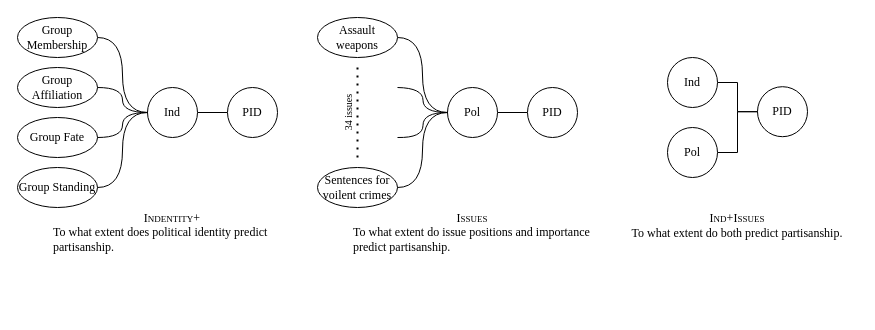
Before: Issue_Identity_JQD.drawio in changgge/changgge, a draw.io diagram. Source tidied: cells renumbered, new cells numbered last; positions are measured from the earlier drawing's top-left corner, leaving out a move shared by most shapes. Both pictures are drawn from the tidied source at 100%, with x=0, y=0 at pixel (17, 17).
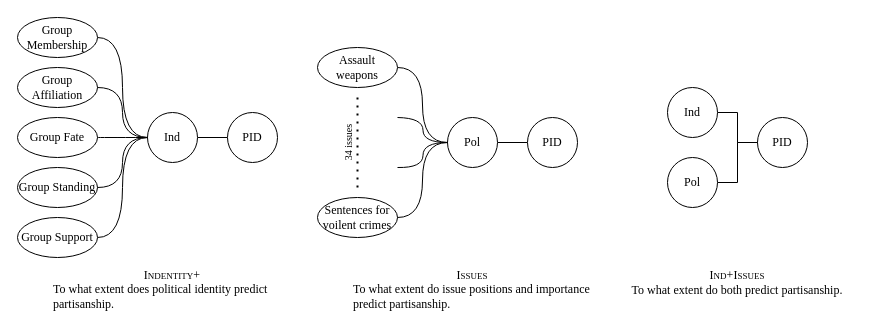
After the change.

Change to the diagram source:
```diff
@@
     <mxCell id="3" value="Ind" style="ellipse;whiteSpace=wrap;html=1;fontFamily=Times New Roman;" parent="1" vertex="1">
-      <mxGeometry x="130" y="70" width="50" height="50" as="geometry" />
+      <mxGeometry x="130" y="95" width="50" height="50" as="geometry" />
     </mxCell>
     <mxCell id="4" value="PID" style="ellipse;whiteSpace=wrap;html=1;fontFamily=Times New Roman;" parent="1" vertex="1">
-      <mxGeometry x="210" y="70" width="50" height="50" as="geometry" />
+      <mxGeometry x="210" y="95" width="50" height="50" as="geometry" />
     </mxCell>
@@
     <mxCell id="13" value="I&lt;font style=&quot;font-size: 9px;&quot;&gt;NDENTITY&lt;/font&gt;&lt;font&gt;+&lt;/font&gt;&lt;div style=&quot;text-align: left;&quot;&gt;To what extent does political identity predict partisanship.&lt;/div&gt;" style="text;html=1;align=center;verticalAlign=middle;whiteSpace=wrap;rounded=0;horizontal=1;fontFamily=Times New Roman;" parent="1" vertex="1">
-      <mxGeometry x="35" y="200" width="240" height="30" as="geometry" />
+      <mxGeometry x="35" y="257" width="240" height="30" as="geometry" />
     </mxCell>
@@
     <mxCell id="15" value="Pol" style="ellipse;whiteSpace=wrap;html=1;fontFamily=Times New Roman;" parent="1" vertex="1">
-      <mxGeometry x="430" y="70" width="50" height="50" as="geometry" />
+      <mxGeometry x="430" y="100" width="50" height="50" as="geometry" />
     </mxCell>
     <mxCell id="16" value="PID" style="ellipse;whiteSpace=wrap;html=1;fontFamily=Times New Roman;" parent="1" vertex="1">
-      <mxGeometry x="510" y="70" width="50" height="50" as="geometry" />
+      <mxGeometry x="510" y="100" width="50" height="50" as="geometry" />
     </mxCell>
@@
     <mxCell id="18" value="Assault weapons" style="ellipse;whiteSpace=wrap;html=1;fontFamily=Times New Roman;" parent="1" vertex="1">
-      <mxGeometry x="300" width="80" height="40" as="geometry" />
+      <mxGeometry x="300" y="30" width="80" height="40" as="geometry" />
     </mxCell>
     <mxCell id="19" value="Sentences for voilent crimes" style="ellipse;whiteSpace=wrap;html=1;fontFamily=Times New Roman;" parent="1" vertex="1">
-      <mxGeometry x="300" y="150" width="80" height="40" as="geometry" />
+      <mxGeometry x="300" y="180" width="80" height="40" as="geometry" />
     </mxCell>
     <mxCell id="20" style="edgeStyle=orthogonalEdgeStyle;rounded=0;jettySize=auto;html=1;entryX=1;entryY=0.5;entryDx=0;entryDy=0;curved=1;endArrow=none;startFill=0;exitX=0;exitY=0.5;exitDx=0;exitDy=0;" parent="1" edge="1" source="15">
       <mxGeometry relative="1" as="geometry">
-        <mxPoint x="380" y="70" as="targetPoint" />
+        <mxPoint x="380" y="100" as="targetPoint" />
       </mxGeometry>
     </mxCell>
     <mxCell id="21" style="edgeStyle=orthogonalEdgeStyle;rounded=0;jettySize=auto;html=1;exitX=1;exitY=0.5;exitDx=0;exitDy=0;entryX=0;entryY=0.5;entryDx=0;entryDy=0;curved=1;endArrow=none;startFill=0;" parent="1" edge="1" target="15">
       <mxGeometry relative="1" as="geometry">
-        <mxPoint x="380" y="120" as="sourcePoint" />
+        <mxPoint x="380" y="150" as="sourcePoint" />
       </mxGeometry>
     </mxCell>
@@
     <mxCell id="23" value="I&lt;font style=&quot;font-size: 9px;&quot;&gt;SSUES&lt;/font&gt;&lt;div style=&quot;text-align: left;&quot;&gt;To what extent do issue positions and importance predict partisanship.&lt;/div&gt;" style="text;html=1;align=center;verticalAlign=middle;whiteSpace=wrap;rounded=0;horizontal=1;fontFamily=Times New Roman;" parent="1" vertex="1">
-      <mxGeometry x="335" y="200" width="240" height="30" as="geometry" />
+      <mxGeometry x="335" y="257" width="240" height="30" as="geometry" />
     </mxCell>
@@
     <mxCell id="25" style="endArrow=none;dashed=1;html=1;dashPattern=1 3;strokeWidth=2;rounded=0;" parent="1" edge="1">
       <mxGeometry relative="1" as="geometry">
-        <mxPoint x="340" y="140" as="sourcePoint" />
-        <mxPoint x="340" y="50" as="targetPoint" />
+        <mxPoint x="340" y="170" as="sourcePoint" />
+        <mxPoint x="340" y="80" as="targetPoint" />
       </mxGeometry>
     </mxCell>
     <mxCell id="26" value="34 issues" style="text;html=1;align=center;verticalAlign=middle;whiteSpace=wrap;rounded=0;fontSize=10;fontFamily=Times New Roman;horizontal=0;" parent="1" vertex="1">
-      <mxGeometry x="301" y="50" width="60" height="90" as="geometry" />
+      <mxGeometry x="301" y="80" width="60" height="90" as="geometry" />
     </mxCell>
@@
     <mxCell id="28" value="Ind" style="ellipse;whiteSpace=wrap;html=1;fontFamily=Times New Roman;" parent="1" vertex="1">
-      <mxGeometry x="650" y="40" width="50" height="50" as="geometry" />
+      <mxGeometry x="650" y="70" width="50" height="50" as="geometry" />
     </mxCell>
     <mxCell id="29" value="PID" style="ellipse;whiteSpace=wrap;html=1;fontFamily=Times New Roman;" parent="1" vertex="1">
-      <mxGeometry x="740" y="69.2" width="50" height="50" as="geometry" />
+      <mxGeometry x="740" y="100" width="50" height="50" as="geometry" />
     </mxCell>
     <mxCell id="30" value="I&lt;font style=&quot;font-size: 9px;&quot;&gt;ND&lt;/font&gt;&lt;font&gt;+&lt;/font&gt;I&lt;font style=&quot;font-size: 9px;&quot;&gt;SSUES&lt;/font&gt;&lt;div style=&quot;text-align: left;&quot;&gt;To what extent do both predict partisanship.&lt;/div&gt;" style="text;html=1;align=center;verticalAlign=middle;whiteSpace=wrap;rounded=0;horizontal=1;fontFamily=Times New Roman;" parent="1" vertex="1">
-      <mxGeometry x="600" y="193" width="240" height="30" as="geometry" />
+      <mxGeometry x="600" y="250" width="240" height="30" as="geometry" />
     </mxCell>
-    <mxCell id="31" style="edgeStyle=orthogonalEdgeStyle;rounded=0;orthogonalLoop=1;jettySize=auto;html=1;exitX=0.5;exitY=1;exitDx=0;exitDy=0;" parent="1" edge="1" source="30" target="30">
-      <mxGeometry relative="1" as="geometry" />
+    <mxCell id="31" style="edgeStyle=orthogonalEdgeStyle;rounded=0;orthogonalLoop=1;jettySize=auto;html=1;exitX=0.5;exitY=1;exitDx=0;exitDy=0;" parent="1" edge="1">
+      <mxGeometry relative="1" as="geometry">
+        <mxPoint x="720" y="280" as="sourcePoint" />
+        <mxPoint x="720" y="280" as="targetPoint" />
+      </mxGeometry>
     </mxCell>
@@
     <mxCell id="33" value="Pol" style="ellipse;whiteSpace=wrap;html=1;fontFamily=Times New Roman;" parent="1" vertex="1">
-      <mxGeometry x="650" y="110" width="50" height="50" as="geometry" />
+      <mxGeometry x="650" y="140" width="50" height="50" as="geometry" />
     </mxCell>
+    <mxCell id="34" style="edgeStyle=orthogonalEdgeStyle;rounded=0;jettySize=auto;html=1;exitX=1;exitY=0.5;exitDx=0;exitDy=0;entryX=0;entryY=0.5;entryDx=0;entryDy=0;endArrow=none;startFill=0;curved=1;" parent="1" edge="1" source="35" target="3">
+      <mxGeometry relative="1" as="geometry" />
+    </mxCell>
+    <mxCell id="35" value="Group Support" style="ellipse;whiteSpace=wrap;html=1;fontFamily=Times New Roman;" parent="1" vertex="1">
+      <mxGeometry y="200" width="80" height="40" as="geometry" />
+    </mxCell>
```
